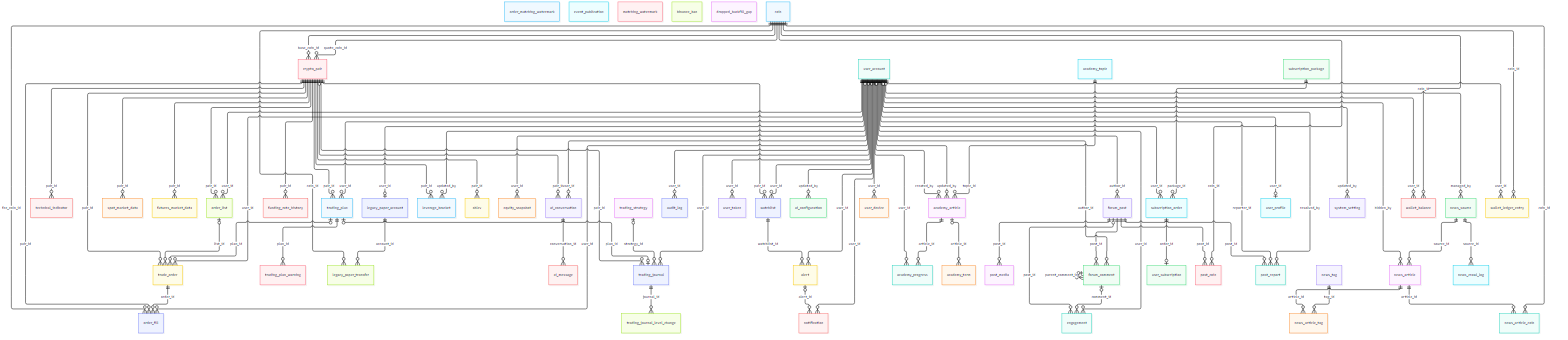
This is specs/diagrams/erd/ERD-00_overview.png from nguyenluc2411/cryptopilot_project, a Mermaid export, as it was before one commit. Its source is kept beside it as specs/diagrams/erd/ERD-00_overview.mmd. The source it was exported from:
```mermaid
erDiagram
    academy_article
    academy_progress
    academy_term
    academy_topic
    ai_configuration
    ai_conversation
    ai_message
    alert
    audit_log
    binance_ban
    coin
    crypto_pair
    dropped_backfill_gap
    engagement
    equity_snapshot
    event_publication
    forum_comment
    forum_post
    funding_rate_history
    futures_market_data
    legacy_paper_account
    legacy_paper_transfer
    leverage_bracket
    matching_watermark
    news_article
    news_article_coin
    news_article_tag
    news_crawl_log
    news_source
    news_tag
    notification
    ohlcv
    order_fill
    order_list
    order_matching_watermark
    post_coin
    post_media
    post_report
    spot_market_data
    subscription_order
    subscription_package
    system_setting
    technical_indicator
    trade_order
    trading_journal
    trading_journal_level_change
    trading_plan
    trading_plan_warning
    trading_strategy
    user_account
    user_device
    user_profile
    user_subscription
    user_token
    wallet_balance
    wallet_ledger_entry
    watchlist
    academy_article ||--o{ academy_progress : "article_id"
    academy_article |o--o{ academy_term : "article_id"
    academy_topic ||--o{ academy_article : "topic_id"
    ai_conversation ||--o{ ai_message : "conversation_id"
    alert |o--o{ notification : "alert_id"
    coin ||--o{ crypto_pair : "base_coin_id"
    coin ||--o{ crypto_pair : "quote_coin_id"
    coin ||--o{ legacy_paper_transfer : "coin_id"
    coin ||--o{ news_article_coin : "coin_id"
    coin ||--o{ order_fill : "fee_coin_id"
    coin ||--o{ post_coin : "coin_id"
    coin ||--o{ wallet_balance : "coin_id"
    coin ||--o{ wallet_ledger_entry : "coin_id"
    crypto_pair |o--o{ ai_conversation : "pair_id"
    crypto_pair ||--o{ funding_rate_history : "pair_id"
    crypto_pair ||--o{ futures_market_data : "pair_id"
    crypto_pair ||--o{ leverage_bracket : "pair_id"
    crypto_pair ||--o{ ohlcv : "pair_id"
    crypto_pair ||--o{ order_fill : "pair_id"
    crypto_pair ||--o{ order_list : "pair_id"
    crypto_pair ||--o{ spot_market_data : "pair_id"
    crypto_pair ||--o{ technical_indicator : "pair_id"
    crypto_pair ||--o{ trade_order : "pair_id"
    crypto_pair ||--o{ trading_journal : "pair_id"
    crypto_pair ||--o{ trading_plan : "pair_id"
    crypto_pair ||--o{ watchlist : "pair_id"
    forum_comment |o--o{ engagement : "comment_id"
    forum_comment |o--o{ forum_comment : "parent_comment_id"
    forum_post |o--o{ engagement : "post_id"
    forum_post ||--o{ forum_comment : "post_id"
    forum_post ||--o{ post_coin : "post_id"
    forum_post ||--o{ post_media : "post_id"
    forum_post ||--o{ post_report : "post_id"
    legacy_paper_account ||--o{ legacy_paper_transfer : "account_id"
    news_article ||--o{ news_article_coin : "article_id"
    news_article ||--o{ news_article_tag : "article_id"
    news_source ||--o{ news_article : "source_id"
    news_source ||--o{ news_crawl_log : "source_id"
    news_tag ||--o{ news_article_tag : "tag_id"
    order_list |o--o{ trade_order : "list_id"
    subscription_order ||--o| user_subscription : "order_id"
    subscription_package ||--o{ subscription_order : "package_id"
    trade_order ||--o{ order_fill : "order_id"
    trading_journal ||--o{ trading_journal_level_change : "journal_id"
    trading_plan |o--o{ trade_order : "plan_id"
    trading_plan |o--o| trading_journal : "plan_id"
    trading_plan ||--o{ trading_plan_warning : "plan_id"
    trading_strategy |o--o{ trading_journal : "strategy_id"
    user_account |o--o{ academy_article : "created_by"
    user_account |o--o{ academy_article : "updated_by"
    user_account ||--o{ academy_progress : "user_id"
    user_account |o--o{ ai_configuration : "updated_by"
    user_account ||--o{ ai_conversation : "user_id"
    user_account ||--o{ alert : "user_id"
    user_account |o--o{ audit_log : "user_id"
    user_account ||--o{ engagement : "user_id"
    user_account ||--o{ equity_snapshot : "user_id"
    user_account ||--o{ forum_comment : "author_id"
    user_account ||--o{ forum_post : "author_id"
    user_account ||--o| legacy_paper_account : "user_id"
    user_account |o--o{ leverage_bracket : "updated_by"
    user_account |o--o{ news_article : "hidden_by"
    user_account |o--o{ news_source : "managed_by"
    user_account ||--o{ notification : "user_id"
    user_account ||--o{ order_fill : "user_id"
    user_account ||--o{ order_list : "user_id"
    user_account ||--o{ post_report : "reporter_id"
    user_account |o--o{ post_report : "resolved_by"
    user_account ||--o{ subscription_order : "user_id"
    user_account |o--o{ system_setting : "updated_by"
    user_account ||--o{ trade_order : "user_id"
    user_account ||--o{ trading_journal : "user_id"
    user_account ||--o{ trading_plan : "user_id"
    user_account ||--o{ user_device : "user_id"
    user_account ||--o| user_profile : "user_id"
    user_account ||--o{ user_token : "user_id"
    user_account ||--o{ wallet_balance : "user_id"
    user_account ||--o{ wallet_ledger_entry : "user_id"
    user_account ||--o{ watchlist : "user_id"
    watchlist ||--o{ alert : "watchlist_id"
```
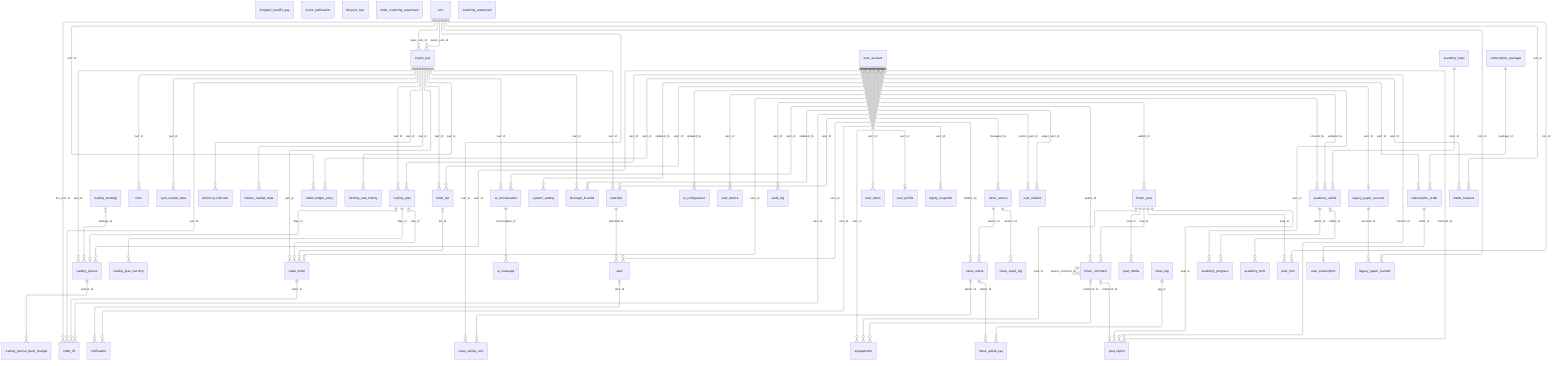
After the change.

The edit, as a diff of the source:
```diff
@@ -51,6 +51,7 @@
     user_account
     user_device
     user_profile
+    user_relation
     user_subscription
     user_token
     wallet_balance
@@ -84,6 +85,7 @@
     crypto_pair ||--o{ watchlist : "pair_id"
     forum_comment |o--o{ engagement : "comment_id"
     forum_comment |o--o{ forum_comment : "parent_comment_id"
+    forum_comment |o--o{ post_report : "comment_id"
     forum_post |o--o{ engagement : "post_id"
     forum_post ||--o{ forum_comment : "post_id"
     forum_post ||--o{ post_coin : "post_id"
@@ -131,6 +133,8 @@
     user_account ||--o{ trading_plan : "user_id"
     user_account ||--o{ user_device : "user_id"
     user_account ||--o| user_profile : "user_id"
+    user_account ||--o{ user_relation : "source_user_id"
+    user_account ||--o{ user_relation : "target_user_id"
     user_account ||--o{ user_token : "user_id"
     user_account ||--o{ wallet_balance : "user_id"
     user_account ||--o{ wallet_ledger_entry : "user_id"
```
